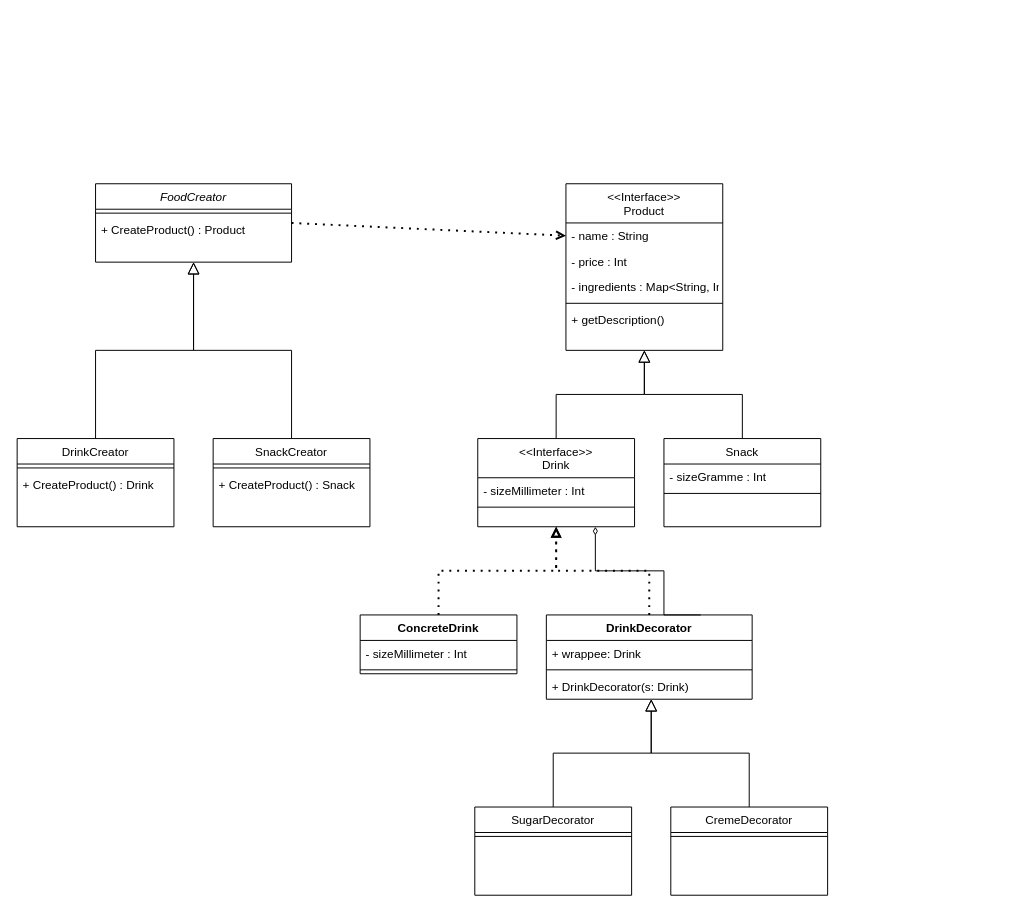
Earlier version of the draw.io diagram UML.drawio (Tytas/Self-Service_Ordering_System). Source tidied: cells renumbered, new cells numbered last; positions are measured from the earlier drawing's top-left corner, leaving out a move shared by most shapes. Both pictures are drawn from the tidied source at 98%, with x=0, y=0 at pixel (17, 183).
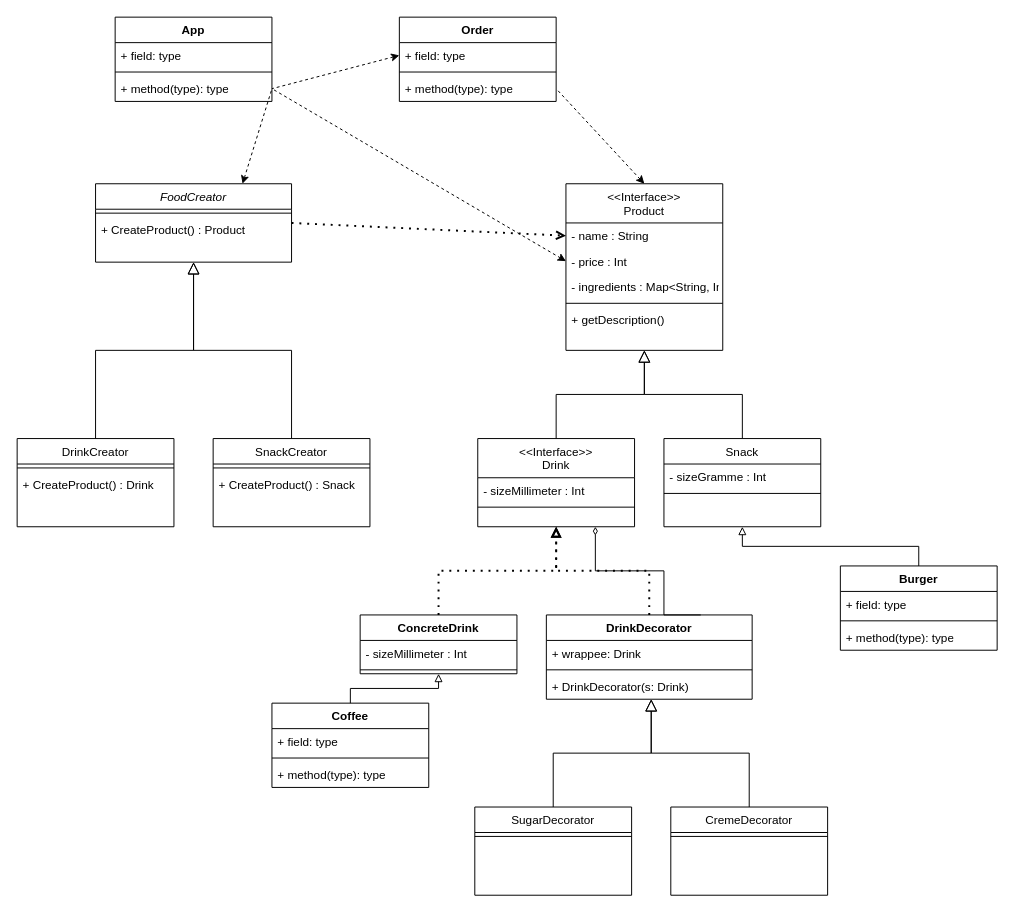
The same diagram, later.

Commit message:
UML with the App and Order classes

Unchanged cells that the change refers to:
```xml
<mxCell id="2" value="FoodCreator" style="swimlane;fontStyle=2;align=center;verticalAlign=top;horizontal=1;startSize=26;rounded=0;shadow=0;strokeWidth=1;" parent="1" vertex="1">
  <mxGeometry x="80" width="200" height="80" as="geometry" />
</mxCell>
<mxCell id="10" value="&lt;&lt;Interface&gt;&gt;&#10;Product" style="swimlane;fontStyle=0;align=center;verticalAlign=top;horizontal=1;startSize=40;rounded=0;shadow=0;strokeWidth=1;" parent="1" vertex="1">
  <mxGeometry x="560" width="160" height="170" as="geometry" />
</mxCell>
<mxCell id="12" value="- price : Int" style="text;align=left;verticalAlign=top;spacingLeft=4;spacingRight=4;overflow=hidden;points=[[0,0.5],[1,0.5]];portConstraint=eastwest;rounded=0;shadow=0;html=0;" parent="10" vertex="1">
  <mxGeometry y="66" width="160" height="26" as="geometry" />
</mxCell>
<mxCell id="24" value="Snack&#10;" style="swimlane;fontStyle=0;align=center;verticalAlign=top;horizontal=1;startSize=26;rounded=0;shadow=0;strokeWidth=1;" parent="1" vertex="1">
  <mxGeometry x="660" y="260" width="160" height="90" as="geometry" />
</mxCell>
<mxCell id="28" value="ConcreteDrink" style="swimlane;fontStyle=1;align=center;verticalAlign=top;horizontal=1;startSize=26;whiteSpace=wrap;html=1;" parent="1" vertex="1">
  <mxGeometry x="350" y="440" width="160" height="60" as="geometry" />
</mxCell>
```

Diff of the diagram source:
```diff
@@
+    <mxCell id="44" value="App&lt;div&gt;&lt;br&gt;&lt;/div&gt;" style="swimlane;fontStyle=1;align=center;verticalAlign=top;horizontal=1;startSize=26;whiteSpace=wrap;html=1;" parent="1" vertex="1">
+      <mxGeometry x="100" y="-170" width="160" height="86" as="geometry" />
+    </mxCell>
+    <mxCell id="45" value="+ field: type" style="text;strokeColor=none;fillColor=none;align=left;verticalAlign=top;spacingLeft=4;spacingRight=4;overflow=hidden;whiteSpace=wrap;html=1;" parent="44" vertex="1">
+      <mxGeometry y="26" width="160" height="26" as="geometry" />
+    </mxCell>
+    <mxCell id="46" style="line;strokeWidth=1;fillColor=none;align=left;verticalAlign=middle;spacingTop=-1;spacingLeft=3;spacingRight=3;labelPosition=right;strokeColor=inherit;" parent="44" vertex="1">
+      <mxGeometry y="52" width="160" height="8" as="geometry" />
+    </mxCell>
+    <mxCell id="47" value="+ method(type): type" style="text;strokeColor=none;fillColor=none;align=left;verticalAlign=top;spacingLeft=4;spacingRight=4;overflow=hidden;points=[[0,0.5],[1,0.5]];portConstraint=eastwest;whiteSpace=wrap;html=1;" parent="44" vertex="1">
+      <mxGeometry y="60" width="160" height="26" as="geometry" />
+    </mxCell>
+    <mxCell id="48" value="Burger" style="swimlane;fontStyle=1;align=center;verticalAlign=top;horizontal=1;startSize=26;whiteSpace=wrap;html=1;" parent="1" vertex="1">
+      <mxGeometry x="840" y="390" width="160" height="86" as="geometry" />
+    </mxCell>
+    <mxCell id="49" value="+ field: type" style="text;strokeColor=none;fillColor=none;align=left;verticalAlign=top;spacingLeft=4;spacingRight=4;overflow=hidden;whiteSpace=wrap;html=1;" parent="48" vertex="1">
+      <mxGeometry y="26" width="160" height="26" as="geometry" />
+    </mxCell>
+    <mxCell id="50" style="line;strokeWidth=1;fillColor=none;align=left;verticalAlign=middle;spacingTop=-1;spacingLeft=3;spacingRight=3;labelPosition=right;strokeColor=inherit;" parent="48" vertex="1">
+      <mxGeometry y="52" width="160" height="8" as="geometry" />
+    </mxCell>
+    <mxCell id="51" value="+ method(type): type" style="text;strokeColor=none;fillColor=none;align=left;verticalAlign=top;spacingLeft=4;spacingRight=4;overflow=hidden;whiteSpace=wrap;html=1;" parent="48" vertex="1">
+      <mxGeometry y="60" width="160" height="26" as="geometry" />
+    </mxCell>
+    <mxCell id="52" style="endArrow=block;html=1;rounded=0;exitX=0.5;exitY=0;exitDx=0;exitDy=0;endFill=0;entryX=0.5;entryY=1;entryDx=0;entryDy=0;edgeStyle=orthogonalEdgeStyle;" parent="1" edge="1" source="48" target="24">
+      <mxGeometry relative="1" as="geometry" />
+    </mxCell>
+    <mxCell id="53" value="Coffee" style="swimlane;fontStyle=1;align=center;verticalAlign=top;horizontal=1;startSize=26;whiteSpace=wrap;html=1;" parent="1" vertex="1">
+      <mxGeometry x="260" y="530" width="160" height="86" as="geometry" />
+    </mxCell>
+    <mxCell id="54" value="+ field: type" style="text;strokeColor=none;fillColor=none;align=left;verticalAlign=top;spacingLeft=4;spacingRight=4;overflow=hidden;whiteSpace=wrap;html=1;" parent="53" vertex="1">
+      <mxGeometry y="26" width="160" height="26" as="geometry" />
+    </mxCell>
+    <mxCell id="55" style="line;strokeWidth=1;fillColor=none;align=left;verticalAlign=middle;spacingTop=-1;spacingLeft=3;spacingRight=3;labelPosition=right;strokeColor=inherit;" parent="53" vertex="1">
+      <mxGeometry y="52" width="160" height="8" as="geometry" />
+    </mxCell>
+    <mxCell id="56" value="+ method(type): type" style="text;strokeColor=none;fillColor=none;align=left;verticalAlign=top;spacingLeft=4;spacingRight=4;overflow=hidden;whiteSpace=wrap;html=1;" parent="53" vertex="1">
+      <mxGeometry y="60" width="160" height="26" as="geometry" />
+    </mxCell>
+    <mxCell id="57" style="endArrow=block;html=1;rounded=0;exitX=0.5;exitY=0;exitDx=0;exitDy=0;endFill=0;entryX=0.5;entryY=1;entryDx=0;entryDy=0;edgeStyle=orthogonalEdgeStyle;" parent="1" edge="1" source="53" target="28">
+      <mxGeometry relative="1" as="geometry" />
+    </mxCell>
+    <mxCell id="58" value="Order" style="swimlane;fontStyle=1;align=center;verticalAlign=top;horizontal=1;startSize=26;whiteSpace=wrap;html=1;" parent="1" vertex="1">
+      <mxGeometry x="390" y="-170" width="160" height="86" as="geometry" />
+    </mxCell>
+    <mxCell id="59" value="+ field: type" style="text;strokeColor=none;fillColor=none;align=left;verticalAlign=top;spacingLeft=4;spacingRight=4;overflow=hidden;points=[[0,0.5],[1,0.5]];portConstraint=eastwest;whiteSpace=wrap;html=1;" parent="58" vertex="1">
+      <mxGeometry y="26" width="160" height="26" as="geometry" />
+    </mxCell>
+    <mxCell id="60" style="line;strokeWidth=1;fillColor=none;align=left;verticalAlign=middle;spacingTop=-1;spacingLeft=3;spacingRight=3;labelPosition=right;strokeColor=inherit;" parent="58" vertex="1">
+      <mxGeometry y="52" width="160" height="8" as="geometry" />
+    </mxCell>
+    <mxCell id="61" value="+ method(type): type" style="text;strokeColor=none;fillColor=none;align=left;verticalAlign=top;spacingLeft=4;spacingRight=4;overflow=hidden;points=[[0,0.5],[1,0.5]];portConstraint=eastwest;whiteSpace=wrap;html=1;" parent="58" vertex="1">
+      <mxGeometry y="60" width="160" height="26" as="geometry" />
+    </mxCell>
+    <mxCell id="62" style="endArrow=none;dashed=1;html=1;rounded=0;entryX=1;entryY=0.5;entryDx=0;entryDy=0;exitX=0.5;exitY=0;exitDx=0;exitDy=0;endFill=0;startArrow=classic;startFill=1;" parent="1" edge="1" source="10" target="61">
+      <mxGeometry relative="1" as="geometry" />
+    </mxCell>
+    <mxCell id="63" style="endArrow=none;dashed=1;html=1;rounded=0;entryX=1;entryY=0.5;entryDx=0;entryDy=0;exitX=0;exitY=0.5;exitDx=0;exitDy=0;endFill=0;startArrow=classic;startFill=1;" parent="1" edge="1" source="12" target="47">
+      <mxGeometry relative="1" as="geometry" />
+    </mxCell>
+    <mxCell id="64" style="endArrow=none;dashed=1;html=1;rounded=0;entryX=1;entryY=0.5;entryDx=0;entryDy=0;exitX=0.75;exitY=0;exitDx=0;exitDy=0;endFill=0;startArrow=classic;startFill=1;" parent="1" edge="1" source="2" target="47">
+      <mxGeometry relative="1" as="geometry" />
+    </mxCell>
+    <mxCell id="65" style="endArrow=none;dashed=1;html=1;rounded=0;entryX=1;entryY=0.5;entryDx=0;entryDy=0;exitX=0;exitY=0.5;exitDx=0;exitDy=0;endFill=0;startArrow=classic;startFill=1;" parent="1" edge="1" source="59" target="47">
+      <mxGeometry relative="1" as="geometry" />
+    </mxCell>
```
